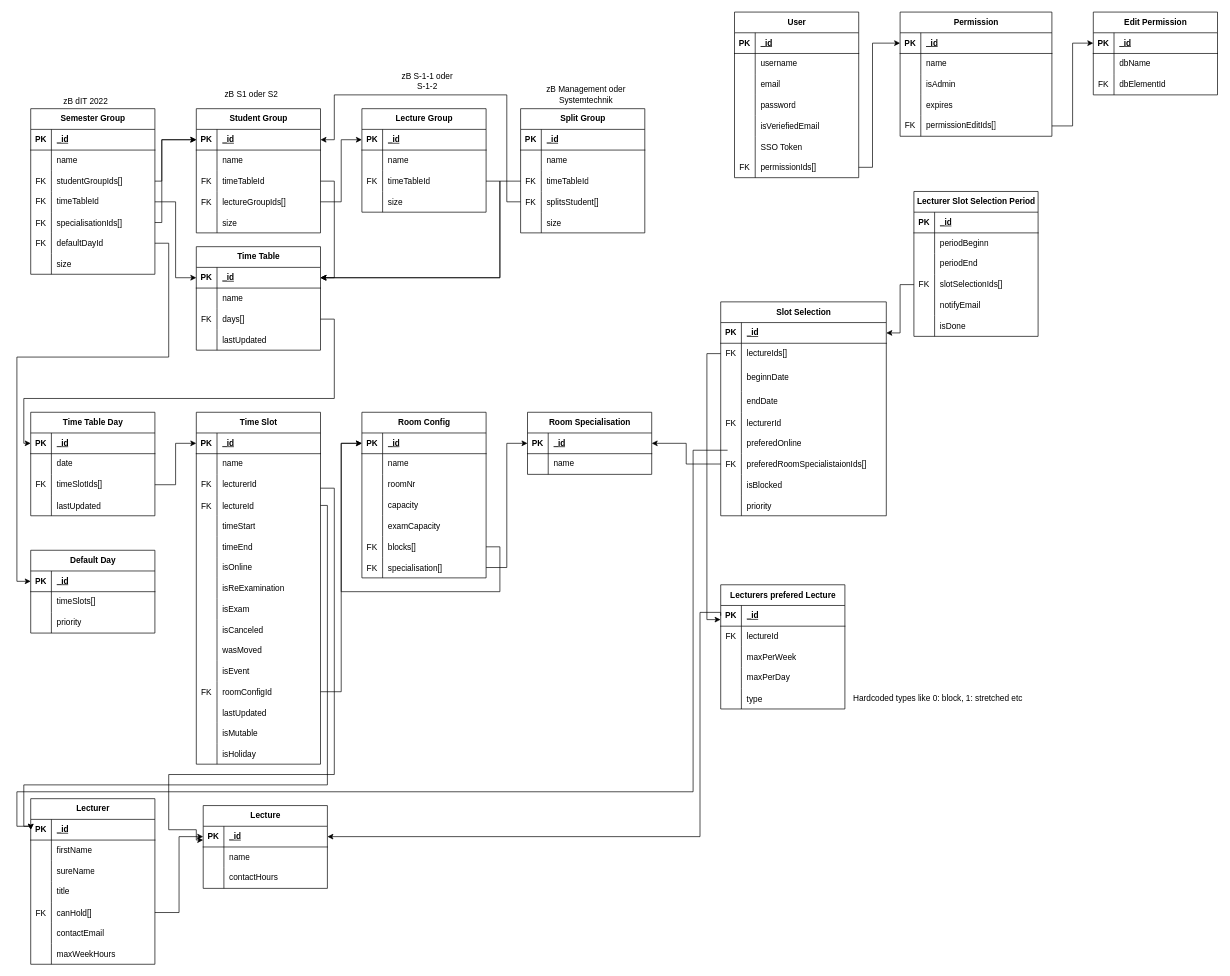
The draw.io diagram documentation/Database_ER.drawio in MindCollaps/TimeCraft, before the edit. Source tidied: cells renumbered, new cells numbered last; positions are measured from the earlier drawing's top-left corner, leaving out a move shared by most shapes. Both pictures are drawn from the tidied source at 69%, with x=0, y=0 at pixel (17, 12).
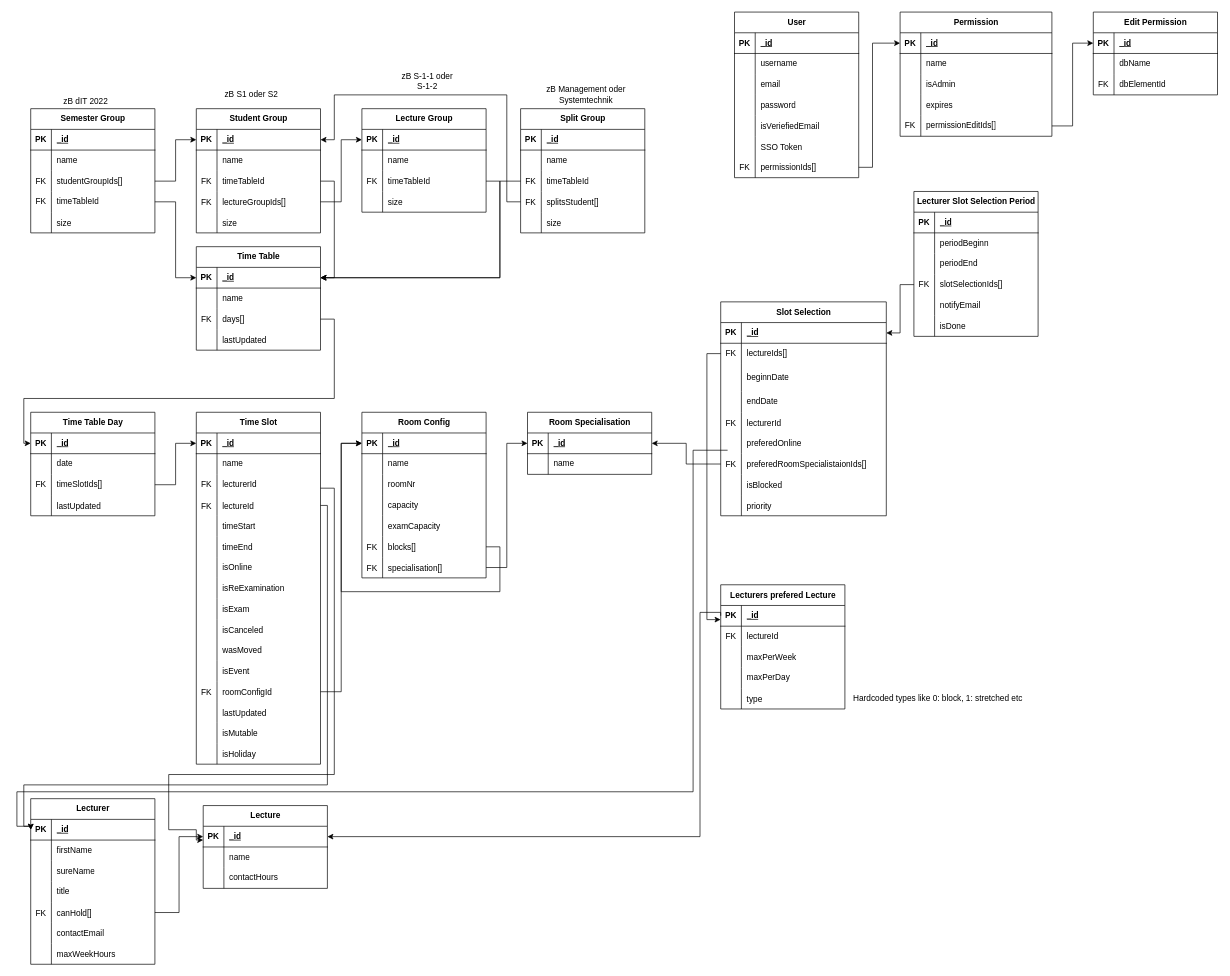
The same page after the edit.

Commit message:
adjust ER model

The change refers to these unchanged cells:
```xml
<mxCell id="9" style="shape=tableRow;horizontal=0;startSize=0;swimlaneHead=0;swimlaneBody=0;fillColor=none;points=[[0,0.5],[1,0.5]];portConstraint=eastwest;top=0;left=0;right=0;bottom=0;" parent="2" vertex="1">
  <mxGeometry y="90" width="180" height="30" as="geometry" />
</mxCell>
<mxCell id="25" style="shape=tableRow;horizontal=0;startSize=0;swimlaneHead=0;swimlaneBody=0;fillColor=none;points=[[0,0.5],[1,0.5]];portConstraint=eastwest;top=0;left=0;right=0;bottom=1;" parent="24" vertex="1">
  <mxGeometry y="30" width="180" height="30" as="geometry" />
</mxCell>
```

Change to the diagram source:
```diff
@@
     <mxCell id="2" value="Semester Group" style="shape=table;startSize=30;childLayout=tableLayout;rowLines=0;fontStyle=1;align=center;html=1;" parent="1" vertex="1">
-      <mxGeometry x="20" y="140" width="180" height="240" as="geometry" />
+      <mxGeometry x="20" y="140" width="180" height="180" as="geometry" />
     </mxCell>
@@
-    <mxCell id="15" style="shape=tableRow;horizontal=0;startSize=0;swimlaneHead=0;swimlaneBody=0;fillColor=none;points=[[0,0.5],[1,0.5]];portConstraint=eastwest;top=0;left=0;right=0;bottom=0;" parent="2" vertex="1">
-      <mxGeometry y="150" width="180" height="30" as="geometry" />
-    </mxCell>
-    <mxCell id="16" value="FK" style="shape=partialRectangle;fillColor=none;top=0;left=0;bottom=0;right=0;overflow=hidden;" parent="15" vertex="1">
-      <mxGeometry width="30" height="30" as="geometry" />
-    </mxCell>
-    <mxCell id="17" value="specialisationIds[]" style="shape=partialRectangle;fillColor=none;top=0;left=0;bottom=0;right=0;align=left;spacingLeft=6;overflow=hidden;" parent="15" vertex="1">
-      <mxGeometry x="30" width="150" height="30" as="geometry" />
-    </mxCell>
-    <mxCell id="18" style="shape=tableRow;horizontal=0;startSize=0;swimlaneHead=0;swimlaneBody=0;fillColor=none;points=[[0,0.5],[1,0.5]];portConstraint=eastwest;top=0;left=0;right=0;bottom=0;" parent="2" vertex="1">
-      <mxGeometry y="180" width="180" height="30" as="geometry" />
-    </mxCell>
-    <mxCell id="19" value="FK" style="shape=partialRectangle;fillColor=none;top=0;left=0;bottom=0;right=0;overflow=hidden;" parent="18" vertex="1">
-      <mxGeometry width="30" height="30" as="geometry" />
-    </mxCell>
-    <mxCell id="20" value="defaultDayId" style="shape=partialRectangle;fillColor=none;top=0;left=0;bottom=0;right=0;align=left;spacingLeft=6;overflow=hidden;" parent="18" vertex="1">
-      <mxGeometry x="30" width="150" height="30" as="geometry" />
-    </mxCell>
     <mxCell id="21" style="shape=tableRow;horizontal=0;startSize=0;swimlaneHead=0;swimlaneBody=0;fillColor=none;top=0;left=0;right=0;bottom=0;" parent="2" vertex="1">
-      <mxGeometry y="210" width="180" height="30" as="geometry" />
+      <mxGeometry y="150" width="180" height="30" as="geometry" />
     </mxCell>
@@
     <mxCell id="54" style="edgeStyle=orthogonalEdgeStyle;rounded=0;jettySize=auto;html=1;exitX=1;exitY=0.5;exitDx=0;exitDy=0;entryX=0;entryY=0.5;entryDx=0;entryDy=0;" parent="1" edge="1" source="9" target="25">
       <mxGeometry relative="1" as="geometry">
         <Array as="points">
-          <mxPoint x="210" y="245" />
-          <mxPoint x="210" y="185" />
+          <mxPoint x="230" y="245" />
+          <mxPoint x="230" y="185" />
         </Array>
       </mxGeometry>
     </mxCell>
@@
-    <mxCell id="239" style="edgeStyle=orthogonalEdgeStyle;rounded=0;jettySize=auto;html=1;exitX=1;exitY=0.5;exitDx=0;exitDy=0;entryX=0;entryY=0.5;entryDx=0;entryDy=0;" parent="1" edge="1" source="15" target="25">
-      <mxGeometry relative="1" as="geometry">
-        <Array as="points">
-          <mxPoint x="210" y="305" />
-          <mxPoint x="210" y="185" />
-        </Array>
-      </mxGeometry>
-    </mxCell>
@@
-    <mxCell id="286" value="Default Day" style="shape=table;startSize=30;childLayout=tableLayout;rowLines=0;fontStyle=1;align=center;html=1;" parent="1" vertex="1">
-      <mxGeometry x="20" y="780" width="180" height="120" as="geometry" />
-    </mxCell>
-    <mxCell id="287" style="shape=tableRow;horizontal=0;startSize=0;swimlaneHead=0;swimlaneBody=0;fillColor=none;points=[[0,0.5],[1,0.5]];portConstraint=eastwest;top=0;left=0;right=0;bottom=1;" parent="286" vertex="1">
-      <mxGeometry y="30" width="180" height="30" as="geometry" />
-    </mxCell>
-    <mxCell id="288" value="PK" style="shape=partialRectangle;fillColor=none;top=0;left=0;bottom=0;right=0;fontStyle=1;overflow=hidden;whiteSpace=wrap;html=1;" parent="287" vertex="1">
-      <mxGeometry width="30" height="30" as="geometry" />
-    </mxCell>
-    <mxCell id="289" value="_id" style="shape=partialRectangle;fillColor=none;top=0;left=0;bottom=0;right=0;align=left;spacingLeft=6;fontStyle=5;overflow=hidden;whiteSpace=wrap;html=1;" parent="287" vertex="1">
-      <mxGeometry x="30" width="150" height="30" as="geometry" />
-    </mxCell>
-    <mxCell id="290" style="shape=tableRow;horizontal=0;startSize=0;swimlaneHead=0;swimlaneBody=0;fillColor=none;top=0;left=0;right=0;bottom=0;" parent="286" vertex="1">
-      <mxGeometry y="60" width="180" height="30" as="geometry" />
-    </mxCell>
-    <mxCell id="291" style="shape=partialRectangle;fillColor=none;top=0;left=0;bottom=0;right=0;overflow=hidden;whiteSpace=wrap;html=1;" parent="290" vertex="1">
-      <mxGeometry width="30" height="30" as="geometry" />
-    </mxCell>
-    <mxCell id="292" value="timeSlots[]" style="shape=partialRectangle;fillColor=none;top=0;left=0;bottom=0;right=0;align=left;spacingLeft=6;overflow=hidden;whiteSpace=wrap;html=1;" parent="290" vertex="1">
-      <mxGeometry x="30" width="150" height="30" as="geometry" />
-    </mxCell>
-    <mxCell id="293" style="shape=tableRow;horizontal=0;startSize=0;swimlaneHead=0;swimlaneBody=0;fillColor=none;top=0;left=0;right=0;bottom=0;" parent="286" vertex="1">
-      <mxGeometry y="90" width="180" height="30" as="geometry" />
-    </mxCell>
-    <mxCell id="294" style="shape=partialRectangle;fillColor=none;top=0;left=0;bottom=0;right=0;overflow=hidden;whiteSpace=wrap;html=1;" parent="293" vertex="1">
-      <mxGeometry width="30" height="30" as="geometry" />
-    </mxCell>
-    <mxCell id="295" value="priority" style="shape=partialRectangle;fillColor=none;top=0;left=0;bottom=0;right=0;align=left;spacingLeft=6;overflow=hidden;whiteSpace=wrap;html=1;" parent="293" vertex="1">
-      <mxGeometry x="30" width="150" height="30" as="geometry" />
-    </mxCell>
-    <mxCell id="296" style="edgeStyle=orthogonalEdgeStyle;rounded=0;jettySize=auto;html=1;exitX=1;exitY=0.5;exitDx=0;exitDy=0;entryX=0;entryY=0.5;entryDx=0;entryDy=0;" parent="1" edge="1" source="18" target="287">
-      <mxGeometry relative="1" as="geometry">
-        <Array as="points">
-          <mxPoint x="220" y="335" />
-          <mxPoint x="220" y="500" />
-          <mxPoint y="500" />
-          <mxPoint y="825" />
-        </Array>
-      </mxGeometry>
-    </mxCell>
```
